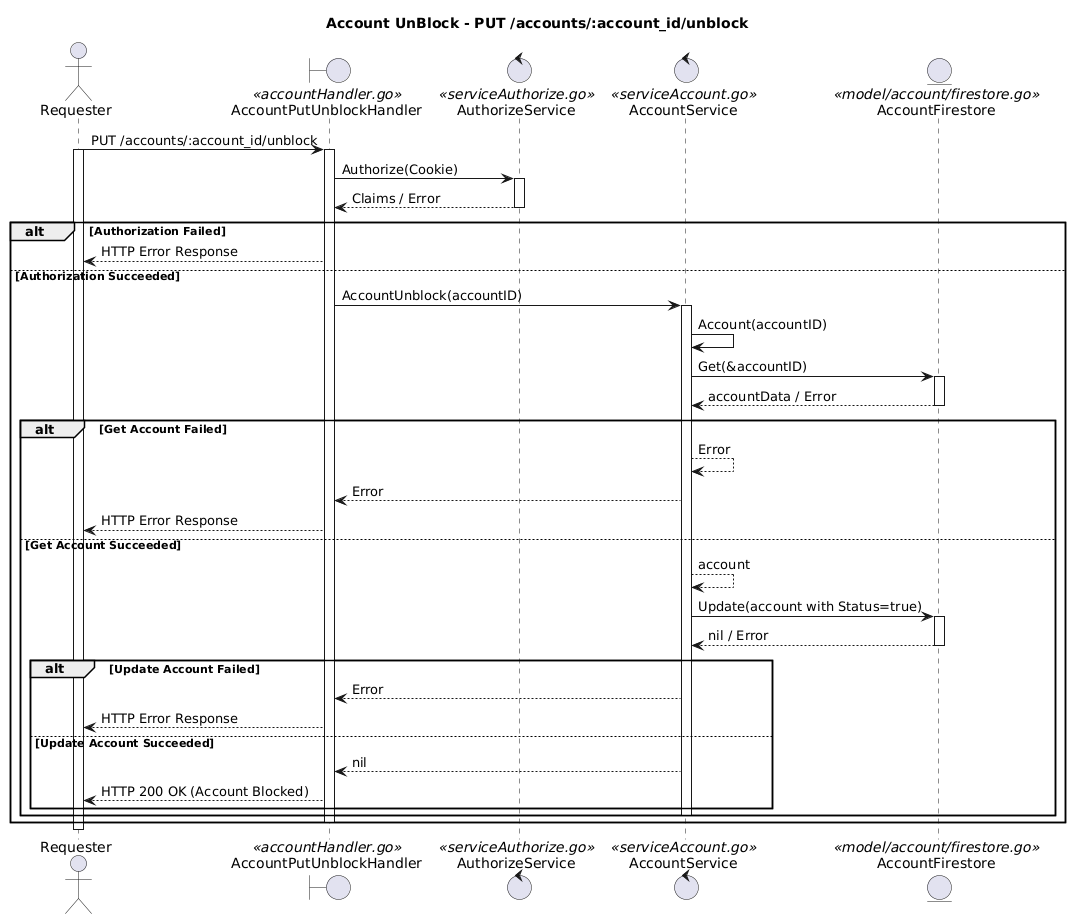
Before: docs/Un(Block)/SequenciaAccountUnblock.png, a diagram exported from PlantUML (JulioKobayashiEbury/BankingAPI).
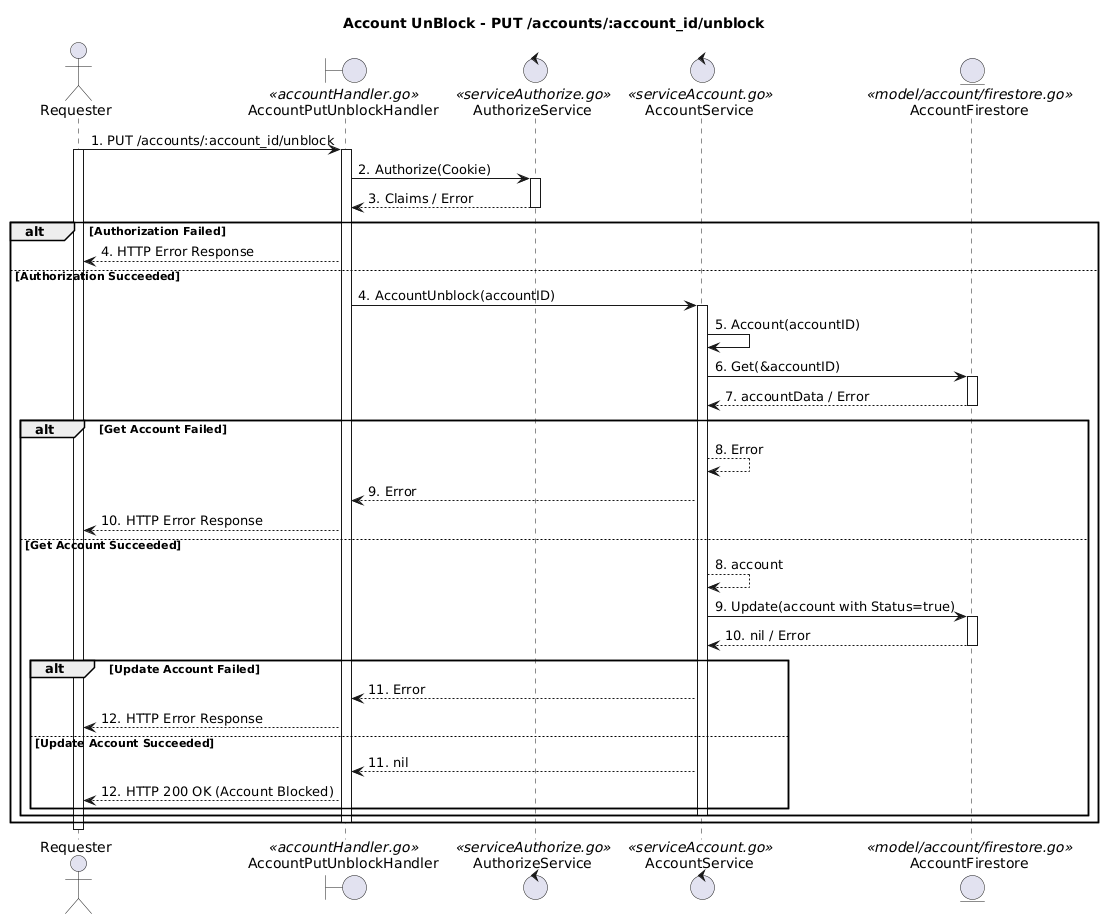
Later version of the same file.

Diff of the diagram source:
```diff
@@ -7,40 +7,40 @@
 control AccountService <<serviceAccount.go>>
 entity AccountFirestore <<model/account/firestore.go>>
 
-Requester -> AccountPutUnblockHandler : PUT /accounts/:account_id/unblock
+Requester -> AccountPutUnblockHandler : 1. PUT /accounts/:account_id/unblock
 activate Requester
 activate AccountPutUnblockHandler
-AccountPutUnblockHandler -> AuthorizeService : Authorize(Cookie)
+AccountPutUnblockHandler -> AuthorizeService : 2. Authorize(Cookie)
 activate AuthorizeService
-AuthorizeService --> AccountPutUnblockHandler : Claims / Error
+AuthorizeService --> AccountPutUnblockHandler : 3. Claims / Error
 deactivate AuthorizeService
 alt Authorization Failed
-    AccountPutUnblockHandler --> Requester : HTTP Error Response
+    AccountPutUnblockHandler --> Requester : 4. HTTP Error Response
 else Authorization Succeeded
 
-    AccountPutUnblockHandler -> AccountService : AccountUnblock(accountID)
+    AccountPutUnblockHandler -> AccountService : 4. AccountUnblock(accountID)
     activate AccountService
-    AccountService -> AccountService : Account(accountID)
-    AccountService -> AccountFirestore : Get(&accountID)
+    AccountService -> AccountService : 5. Account(accountID)
+    AccountService -> AccountFirestore : 6. Get(&accountID)
     activate AccountFirestore
-    AccountFirestore --> AccountService : accountData / Error
+    AccountFirestore --> AccountService : 7. accountData / Error
     deactivate AccountFirestore
     alt Get Account Failed
-        AccountService --> AccountService : Error
-        AccountService --> AccountPutUnblockHandler : Error
-        AccountPutUnblockHandler --> Requester : HTTP Error Response
+        AccountService --> AccountService : 8. Error
+        AccountService --> AccountPutUnblockHandler : 9. Error
+        AccountPutUnblockHandler --> Requester : 10. HTTP Error Response
     else Get Account Succeeded
-        AccountService --> AccountService : account
-        AccountService -> AccountFirestore : Update(account with Status=true)
+        AccountService --> AccountService : 8. account
+        AccountService -> AccountFirestore : 9. Update(account with Status=true)
         activate AccountFirestore
-        AccountFirestore --> AccountService : nil / Error
+        AccountFirestore --> AccountService : 10. nil / Error
         deactivate AccountFirestore
         alt Update Account Failed
-            AccountService --> AccountPutUnblockHandler : Error
-            AccountPutUnblockHandler --> Requester : HTTP Error Response
+            AccountService --> AccountPutUnblockHandler : 11. Error
+            AccountPutUnblockHandler --> Requester : 12. HTTP Error Response
         else Update Account Succeeded
-            AccountService --> AccountPutUnblockHandler : nil
-            AccountPutUnblockHandler --> Requester : HTTP 200 OK (Account Blocked)
+            AccountService --> AccountPutUnblockHandler : 11. nil
+            AccountPutUnblockHandler --> Requester : 12. HTTP 200 OK (Account Blocked)
         end
         deactivate AccountService
     end
```
